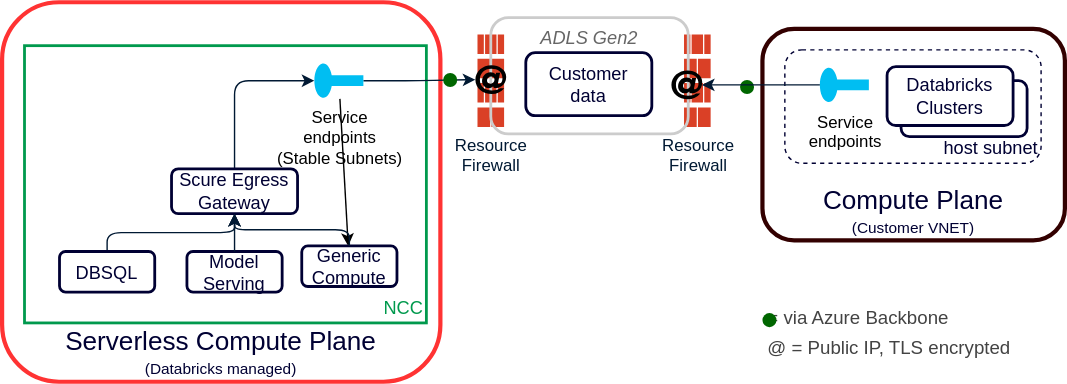
Earlier version of the draw.io export azure-databricks-adls-nw-rules-vnet-ncc-sep/drawio/architecture.drawio.svg (dinbab1984/terraform). Source tidied: cells renumbered, new cells last; positions are measured from the earlier drawing's top-left corner, leaving out a move shared by most shapes.
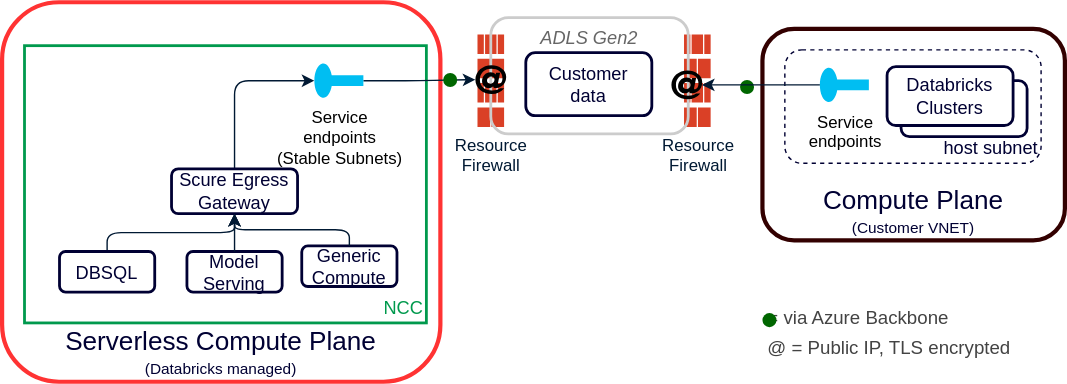
The same file after the commit.

What changed in the source:
```diff
@@ -47,9 +47,6 @@
     <mxCell id="16" style="edgeStyle=orthogonalEdgeStyle;html=1;exitX=1;exitY=0.5;exitDx=0;exitDy=0;exitPerimeter=0;strokeColor=#001933;entryX=0;entryY=0.5;entryDx=0;entryDy=0;entryPerimeter=0;" parent="1" edge="1" source="18" target="29">
       <mxGeometry relative="1" as="geometry" />
     </mxCell>
-    <mxCell id="17" style="edgeStyle=none;html=1;" parent="1" edge="1" source="18" target="20">
-      <mxGeometry relative="1" as="geometry" />
-    </mxCell>
     <mxCell id="18" value="&lt;font color=&quot;#000000&quot;&gt;Service&lt;br&gt;endpoints&lt;br&gt;(Stable Subnets)&lt;br&gt;&lt;/font&gt;" style="verticalLabelPosition=bottom;html=1;verticalAlign=top;align=center;strokeColor=none;fillColor=#00BEF2;shape=mxgraph.azure.service_endpoint;" parent="1" vertex="1">
       <mxGeometry x="223" y="43" width="35" height="26" as="geometry" />
     </mxCell>
```
